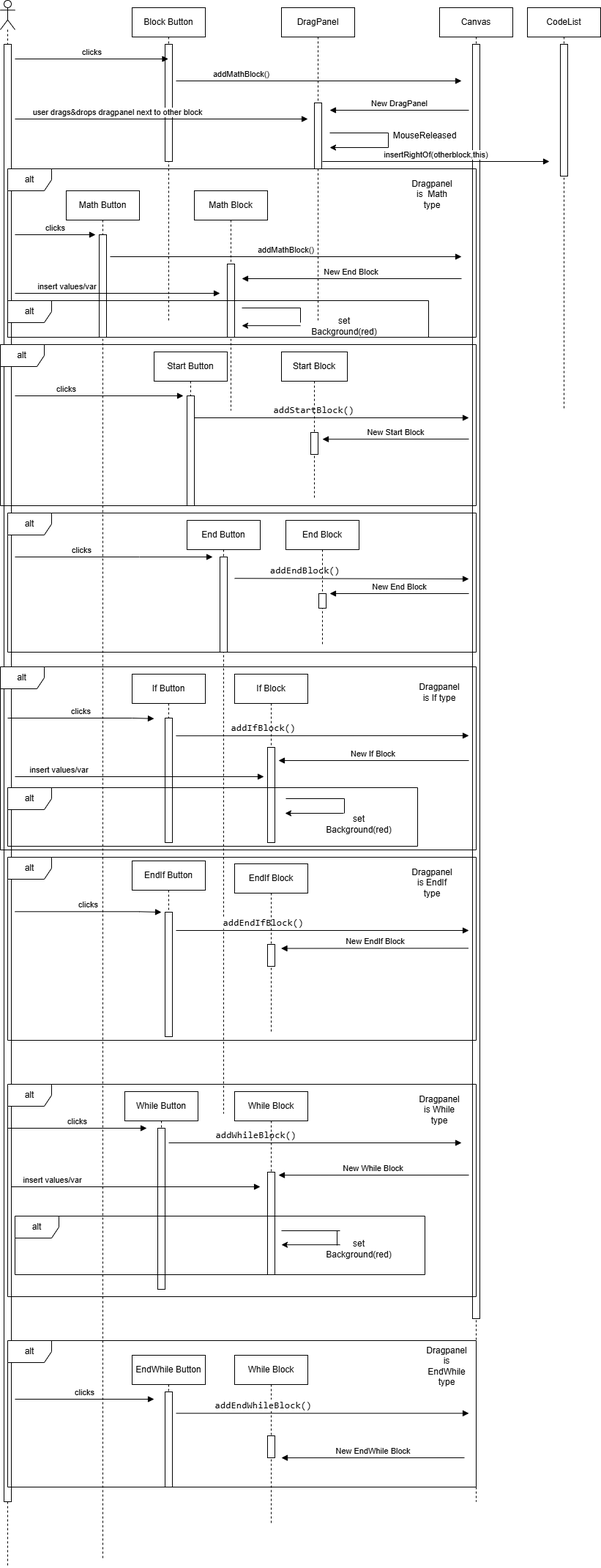
This is 3-paradoteo/Sequence use case 2.drawio.png from VasilisMichanetzis/Software-engineering-project-2025, a draw.io export, as it was before one commit. Source tidied: cells renumbered, new cells last; positions are measured from the earlier drawing's top-left corner, leaving out a move shared by most shapes.
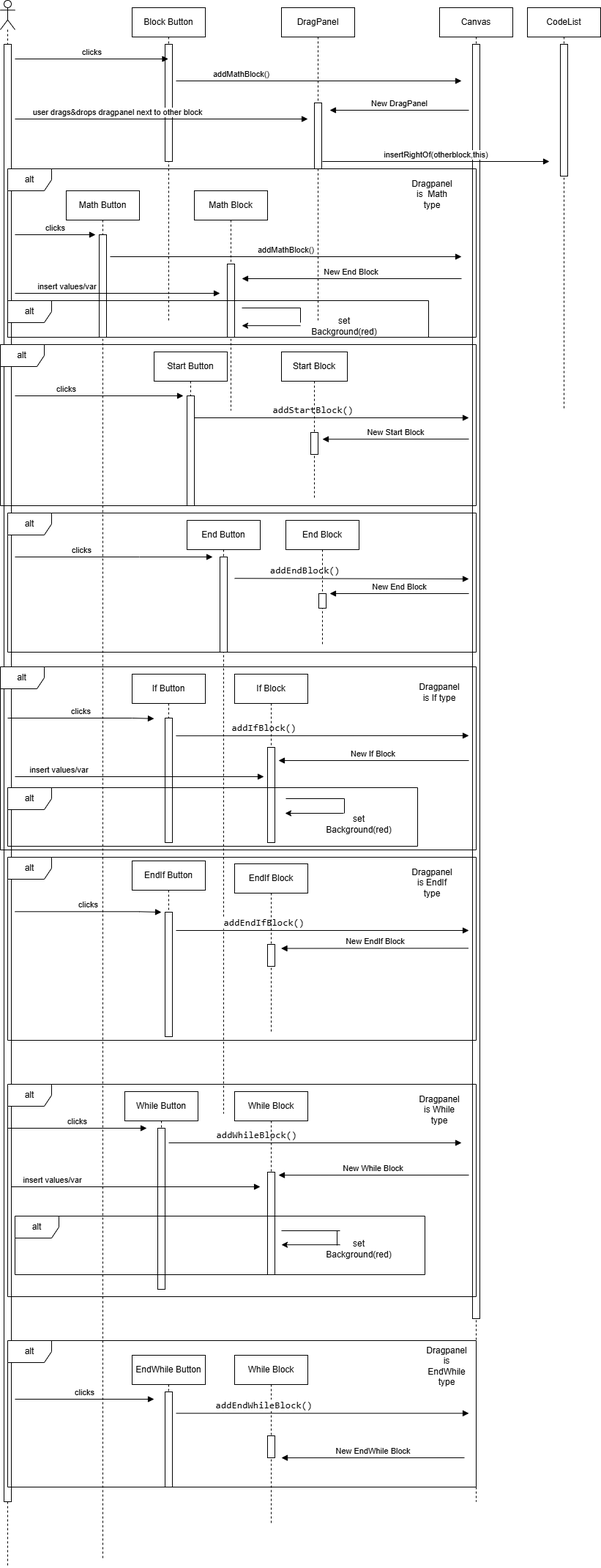
Later version of the same file.

Change to the diagram source:
```diff
@@ -387,27 +387,6 @@
         <mxPoint x="420" y="162" as="targetPoint" />
       </mxGeometry>
     </mxCell>
-    <mxCell id="90" style="endArrow=none;html=1;rounded=0;" parent="1" edge="1">
-      <mxGeometry relative="1" as="geometry">
-        <mxPoint x="450" y="181" as="sourcePoint" />
-        <mxPoint x="530" y="181" as="targetPoint" />
-      </mxGeometry>
-    </mxCell>
-    <mxCell id="91" style="endArrow=classic;html=1;rounded=0;" parent="1" edge="1">
-      <mxGeometry relative="1" as="geometry">
-        <mxPoint x="530" y="201" as="sourcePoint" />
-        <mxPoint x="450" y="201" as="targetPoint" />
-      </mxGeometry>
-    </mxCell>
-    <mxCell id="92" style="endArrow=none;html=1;rounded=0;" parent="1" edge="1">
-      <mxGeometry relative="1" as="geometry">
-        <mxPoint x="530" y="181" as="sourcePoint" />
-        <mxPoint x="530" y="201" as="targetPoint" />
-      </mxGeometry>
-    </mxCell>
-    <mxCell id="93" value="MouseReleased" style="text;html=1;align=center;verticalAlign=middle;whiteSpace=wrap;rounded=0;" parent="1" vertex="1">
-      <mxGeometry x="550" y="170" width="60" height="30" as="geometry" />
-    </mxCell>
     <mxCell id="94" value="insertRightOf(otherblock,this)" style="html=1;verticalAlign=bottom;endArrow=block;curved=0;rounded=0;" parent="1" edge="1">
       <mxGeometry relative="1" as="geometry">
         <mxPoint x="440" y="220" as="sourcePoint" />
```
